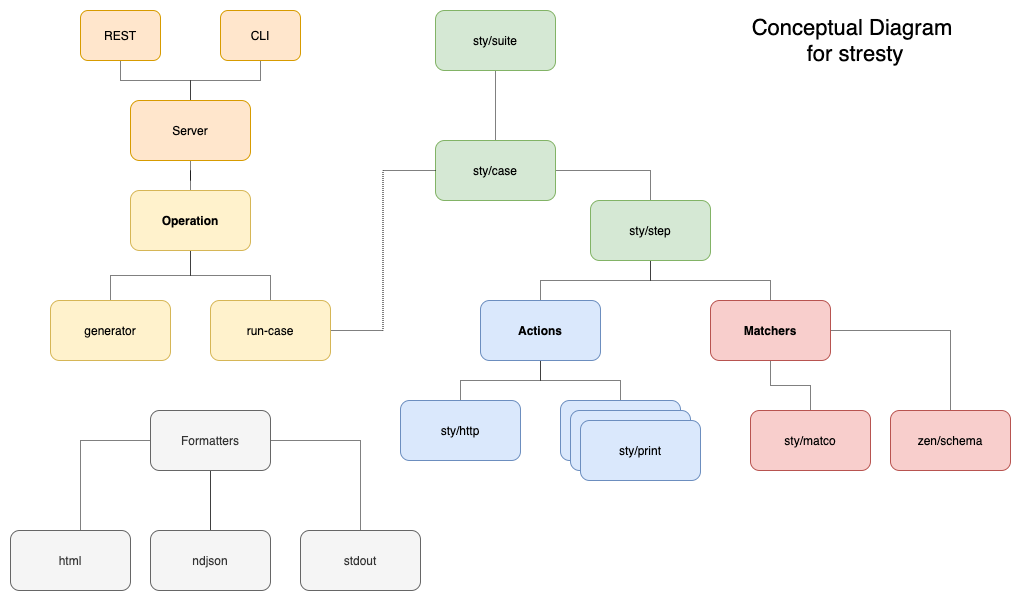
The draw.io diagram stresty-structure.png in HealthSamurai/stresty, before a commit. Source tidied: cells renumbered, new cells last; positions are measured from the earlier drawing's top-left corner, leaving out a move shared by most shapes.
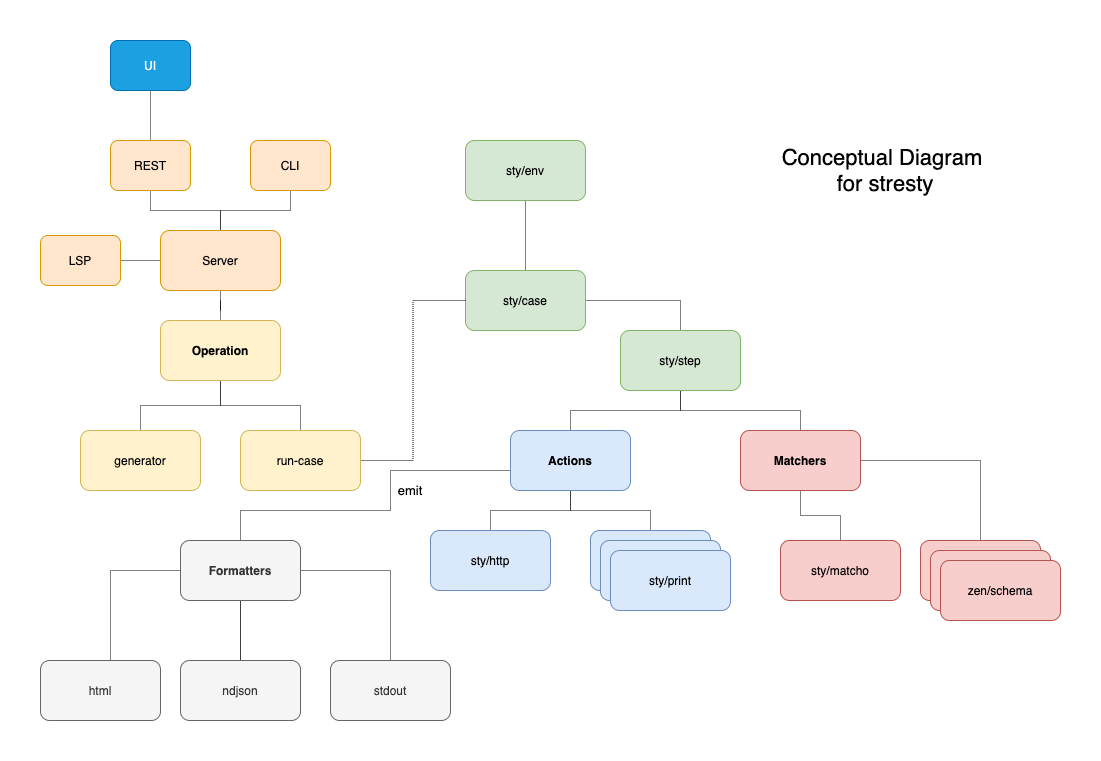
After the change.

The edit, as a diff of the source:
```diff
@@ -11,6 +11,9 @@
     <mxCell id="4" style="edgeStyle=orthogonalEdgeStyle;rounded=0;jettySize=auto;html=1;entryX=0.5;entryY=0;entryDx=0;entryDy=0;dashed=1;dashPattern=1 1;endArrow=none;endFill=0;" parent="1" edge="1" source="5" target="3">
       <mxGeometry relative="1" as="geometry" />
     </mxCell>
+    <mxCell id="42" style="edgeStyle=orthogonalEdgeStyle;rounded=0;jettySize=auto;html=1;dashed=1;dashPattern=1 1;fontSize=22;endArrow=none;endFill=0;" parent="1" edge="1" source="5" target="44">
+      <mxGeometry relative="1" as="geometry" />
+    </mxCell>
     <mxCell id="5" value="REST" style="rounded=1;whiteSpace=wrap;html=1;fillColor=#ffe6cc;strokeColor=#d79b00;" parent="1" vertex="1">
       <mxGeometry x="70" width="80" height="50" as="geometry" />
     </mxCell>
@@ -41,6 +44,15 @@
     <mxCell id="14" style="edgeStyle=orthogonalEdgeStyle;rounded=0;jettySize=auto;html=1;endArrow=none;endFill=0;dashed=1;dashPattern=1 1;" parent="1" edge="1" source="15" target="24">
       <mxGeometry relative="1" as="geometry" />
     </mxCell>
+    <mxCell id="43" style="edgeStyle=orthogonalEdgeStyle;rounded=0;jettySize=auto;html=1;entryX=0.5;entryY=0;entryDx=0;entryDy=0;dashed=1;dashPattern=1 1;fontSize=13;endArrow=none;endFill=0;" parent="1" edge="1" source="15" target="22">
+      <mxGeometry relative="1" as="geometry">
+        <Array as="points">
+          <mxPoint x="350" y="330" />
+          <mxPoint x="350" y="370" />
+          <mxPoint x="200" y="370" />
+        </Array>
+      </mxGeometry>
+    </mxCell>
     <mxCell id="15" value="&lt;b&gt;Actions&lt;/b&gt;" style="rounded=1;whiteSpace=wrap;html=1;fillColor=#dae8fc;strokeColor=#6c8ebf;" parent="1" vertex="1">
       <mxGeometry x="470" y="290" width="120" height="60" as="geometry" />
     </mxCell>
@@ -62,7 +74,7 @@
     <mxCell id="21" style="edgeStyle=orthogonalEdgeStyle;rounded=0;jettySize=auto;html=1;dashed=1;dashPattern=1 1;endArrow=none;endFill=0;" parent="1" edge="1" source="22" target="32">
       <mxGeometry relative="1" as="geometry" />
     </mxCell>
-    <mxCell id="22" value="Formatters" style="rounded=1;whiteSpace=wrap;html=1;fillColor=#f5f5f5;strokeColor=#666666;fontColor=#333333;" parent="1" vertex="1">
+    <mxCell id="22" value="&lt;b&gt;Formatters&lt;/b&gt;" style="rounded=1;whiteSpace=wrap;html=1;fillColor=#f5f5f5;strokeColor=#666666;fontColor=#333333;" parent="1" vertex="1">
       <mxGeometry x="140" y="400" width="120" height="60" as="geometry" />
     </mxCell>
     <mxCell id="23" value="sty/http" style="whiteSpace=wrap;html=1;rounded=1;fillColor=#dae8fc;strokeColor=#6c8ebf;" parent="1" vertex="1">
@@ -111,7 +123,7 @@
     <mxCell id="36" value="sty/print" style="whiteSpace=wrap;html=1;rounded=1;fillColor=#dae8fc;strokeColor=#6c8ebf;" parent="1" vertex="1">
       <mxGeometry x="570" y="410" width="120" height="60" as="geometry" />
     </mxCell>
-    <mxCell id="37" value="sty/matco" style="rounded=1;whiteSpace=wrap;html=1;fillColor=#f8cecc;strokeColor=#b85450;" parent="1" vertex="1">
+    <mxCell id="37" value="sty/matcho" style="rounded=1;whiteSpace=wrap;html=1;fillColor=#f8cecc;strokeColor=#b85450;" parent="1" vertex="1">
       <mxGeometry x="740" y="400" width="120" height="60" as="geometry" />
     </mxCell>
     <mxCell id="38" value="zen/schema" style="rounded=1;whiteSpace=wrap;html=1;fillColor=#f8cecc;strokeColor=#b85450;" parent="1" vertex="1">
@@ -123,8 +135,26 @@
     <mxCell id="40" style="edgeStyle=orthogonalEdgeStyle;rounded=0;jettySize=auto;html=1;entryX=0.5;entryY=0;entryDx=0;entryDy=0;dashed=1;dashPattern=1 1;fontSize=22;endArrow=none;endFill=0;" parent="1" edge="1" source="41" target="12">
       <mxGeometry relative="1" as="geometry" />
     </mxCell>
-    <mxCell id="41" value="sty/suite" style="whiteSpace=wrap;html=1;rounded=1;fillColor=#d5e8d4;strokeColor=#82b366;" parent="1" vertex="1">
+    <mxCell id="41" value="sty/env" style="whiteSpace=wrap;html=1;rounded=1;fillColor=#d5e8d4;strokeColor=#82b366;" parent="1" vertex="1">
       <mxGeometry x="425" width="120" height="60" as="geometry" />
     </mxCell>
+    <mxCell id="44" value="UI" style="rounded=1;whiteSpace=wrap;html=1;fillColor=#1ba1e2;strokeColor=#006EAF;fontColor=#ffffff;" parent="1" vertex="1">
+      <mxGeometry x="70" y="-100" width="80" height="50" as="geometry" />
+    </mxCell>
+    <mxCell id="45" style="edgeStyle=orthogonalEdgeStyle;rounded=0;jettySize=auto;html=1;dashed=1;dashPattern=1 1;fontSize=22;endArrow=none;endFill=0;" parent="1" edge="1" source="46" target="3">
+      <mxGeometry relative="1" as="geometry" />
+    </mxCell>
+    <mxCell id="46" value="LSP" style="rounded=1;whiteSpace=wrap;html=1;fillColor=#ffe6cc;strokeColor=#d79b00;" parent="1" vertex="1">
+      <mxGeometry y="95" width="80" height="50" as="geometry" />
+    </mxCell>
+    <mxCell id="47" value="emit" style="text;html=1;strokeColor=none;fillColor=none;align=center;verticalAlign=middle;whiteSpace=wrap;rounded=0;fontSize=13;" parent="1" vertex="1">
+      <mxGeometry x="350" y="340" width="40" height="20" as="geometry" />
+    </mxCell>
+    <mxCell id="48" value="zen/schema" style="rounded=1;whiteSpace=wrap;html=1;fillColor=#f8cecc;strokeColor=#b85450;" parent="1" vertex="1">
+      <mxGeometry x="890" y="410" width="120" height="60" as="geometry" />
+    </mxCell>
+    <mxCell id="49" value="zen/schema" style="rounded=1;whiteSpace=wrap;html=1;fillColor=#f8cecc;strokeColor=#b85450;" parent="1" vertex="1">
+      <mxGeometry x="900" y="420" width="120" height="60" as="geometry" />
+    </mxCell>
   </root>
 </mxGraphModel>
```
